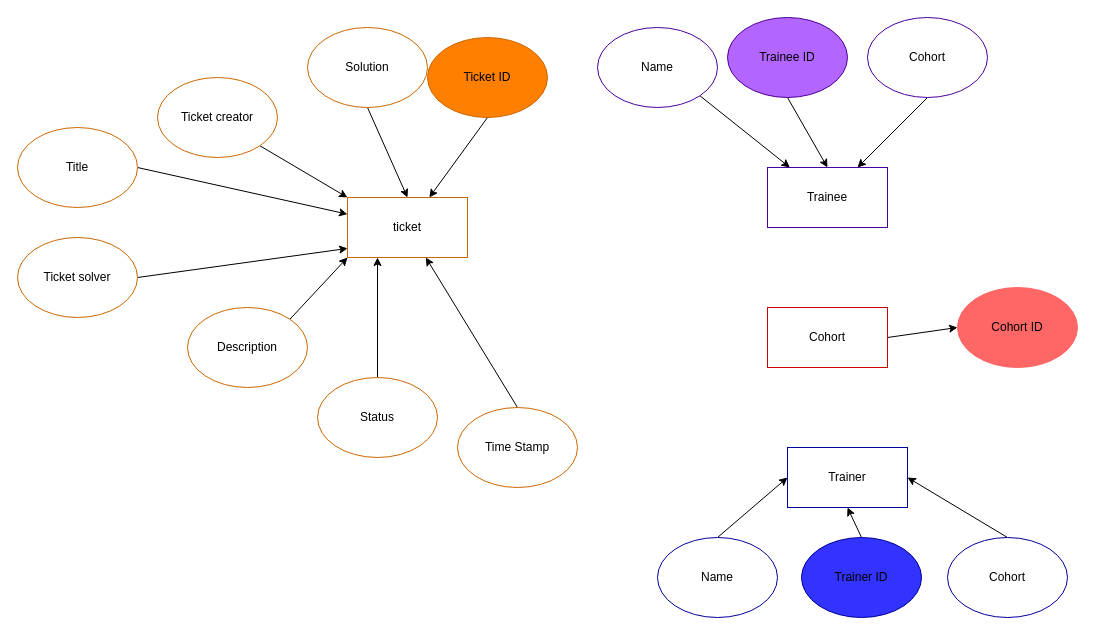
jake4327/Final_Project keeps this draw.io diagram as page "EER" (3 of 4) of Final_project.drawio. Above is the earlier version. Source tidied: cells renumbered, new cells numbered last; positions are measured from the earlier drawing's top-left corner, leaving out a move shared by most shapes. Both pictures are drawn from the tidied source at 100%, with x=0, y=0 at pixel (17, 17).
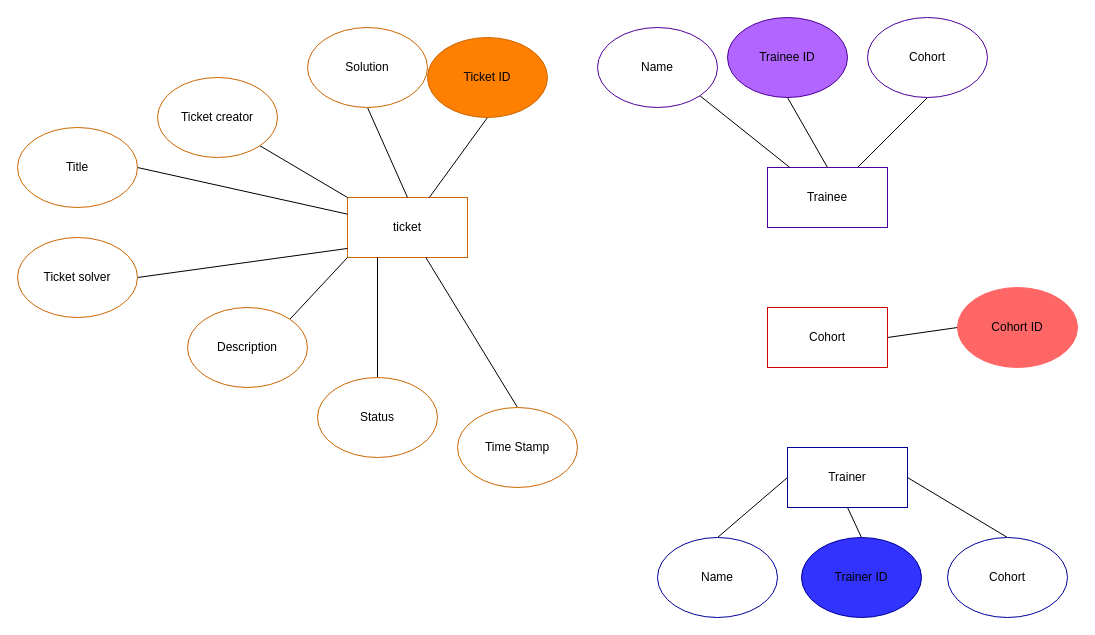
The same diagram, later.

Unchanged cells that the change refers to:
```xml
<mxCell id="2" value="ticket" style="rounded=0;whiteSpace=wrap;html=1;strokeColor=#CC6600;shadow=0;" parent="1" vertex="1">
  <mxGeometry x="330" y="180" width="120" height="60" as="geometry" />
</mxCell>
<mxCell id="3" value="Trainee" style="rounded=0;whiteSpace=wrap;html=1;shadow=0;strokeColor=#4C0099;" parent="1" vertex="1">
  <mxGeometry x="750" y="150" width="120" height="60" as="geometry" />
</mxCell>
<mxCell id="4" value="Trainer" style="rounded=0;whiteSpace=wrap;html=1;shadow=0;strokeColor=#000099;" parent="1" vertex="1">
  <mxGeometry x="770" y="430" width="120" height="60" as="geometry" />
</mxCell>
<mxCell id="6" value="Title" style="ellipse;whiteSpace=wrap;html=1;shadow=0;strokeColor=#CC6600;" parent="1" vertex="1">
  <mxGeometry y="110" width="120" height="80" as="geometry" />
</mxCell>
<mxCell id="8" value="Description" style="ellipse;whiteSpace=wrap;html=1;shadow=0;strokeColor=#CC6600;" parent="1" vertex="1">
  <mxGeometry x="170" y="290" width="120" height="80" as="geometry" />
</mxCell>
<mxCell id="10" value="Time Stamp" style="ellipse;whiteSpace=wrap;html=1;shadow=0;strokeColor=#CC6600;" parent="1" vertex="1">
  <mxGeometry x="440" y="390" width="120" height="80" as="geometry" />
</mxCell>
<mxCell id="12" value="Ticket ID" style="ellipse;whiteSpace=wrap;html=1;shadow=0;strokeColor=#CC6600;fillColor=#FF8000;" parent="1" vertex="1">
  <mxGeometry x="410" y="20" width="120" height="80" as="geometry" />
</mxCell>
<mxCell id="14" value="Status" style="ellipse;whiteSpace=wrap;html=1;shadow=0;strokeColor=#CC6600;fillColor=#FFFFFF;" parent="1" vertex="1">
  <mxGeometry x="300" y="360" width="120" height="80" as="geometry" />
</mxCell>
<mxCell id="16" value="Ticket creator" style="ellipse;whiteSpace=wrap;html=1;shadow=0;strokeColor=#CC6600;fillColor=#FFFFFF;" parent="1" vertex="1">
  <mxGeometry x="140" y="60" width="120" height="80" as="geometry" />
</mxCell>
<mxCell id="18" value="Trainee ID" style="ellipse;whiteSpace=wrap;html=1;shadow=0;strokeColor=#4C0099;fillColor=#B266FF;" parent="1" vertex="1">
  <mxGeometry x="710" width="120" height="80" as="geometry" />
</mxCell>
<mxCell id="20" value="Name" style="ellipse;whiteSpace=wrap;html=1;shadow=0;strokeColor=#4C0099;fillColor=#FFFFFF;" parent="1" vertex="1">
  <mxGeometry x="580" y="10" width="120" height="80" as="geometry" />
</mxCell>
<mxCell id="22" value="Cohort" style="ellipse;whiteSpace=wrap;html=1;shadow=0;strokeColor=#4C0099;fillColor=#FFFFFF;" parent="1" vertex="1">
  <mxGeometry x="850" width="120" height="80" as="geometry" />
</mxCell>
<mxCell id="24" value="Name" style="ellipse;whiteSpace=wrap;html=1;shadow=0;strokeColor=#000099;fillColor=#FFFFFF;" parent="1" vertex="1">
  <mxGeometry x="640" y="520" width="120" height="80" as="geometry" />
</mxCell>
<mxCell id="26" value="Trainer ID " style="ellipse;whiteSpace=wrap;html=1;shadow=0;strokeColor=#000099;fillColor=#3333FF;" parent="1" vertex="1">
  <mxGeometry x="784" y="520" width="120" height="80" as="geometry" />
</mxCell>
<mxCell id="28" value="Cohort" style="ellipse;whiteSpace=wrap;html=1;shadow=0;strokeColor=#000099;fillColor=#FFFFFF;" parent="1" vertex="1">
  <mxGeometry x="930" y="520" width="120" height="80" as="geometry" />
</mxCell>
<mxCell id="30" value="Solution" style="ellipse;whiteSpace=wrap;html=1;shadow=0;strokeColor=#CC6600;fillColor=#FFFFFF;" parent="1" vertex="1">
  <mxGeometry x="290" y="10" width="120" height="80" as="geometry" />
</mxCell>
<mxCell id="32" value="Ticket solver " style="ellipse;whiteSpace=wrap;html=1;shadow=0;strokeColor=#CC6600;fillColor=#FFFFFF;" parent="1" vertex="1">
  <mxGeometry y="220" width="120" height="80" as="geometry" />
</mxCell>
<mxCell id="34" value="Cohort" style="rounded=0;whiteSpace=wrap;html=1;shadow=0;strokeColor=#CC0000;fillColor=#FFFFFF;" parent="1" vertex="1">
  <mxGeometry x="750" y="290" width="120" height="60" as="geometry" />
</mxCell>
<mxCell id="35" value="Cohort ID" style="ellipse;whiteSpace=wrap;html=1;shadow=0;strokeColor=#FF6666;fillColor=#FF6666;" parent="1" vertex="1">
  <mxGeometry x="940" y="270" width="120" height="80" as="geometry" />
</mxCell>
```

Diff of the diagram source:
```diff
@@
-    <mxCell id="5" style="edgeStyle=none;rounded=0;jettySize=auto;html=1;exitX=1;exitY=0.5;exitDx=0;exitDy=0;" parent="1" edge="1" source="6" target="2">
+    <mxCell id="5" style="edgeStyle=none;rounded=0;jettySize=auto;html=1;exitX=1;exitY=0.5;exitDx=0;exitDy=0;endArrow=none;endFill=0;" parent="1" edge="1" source="6" target="2">
       <mxGeometry relative="1" as="geometry" />
     </mxCell>
@@
-    <mxCell id="7" style="edgeStyle=none;rounded=0;jettySize=auto;html=1;exitX=1;exitY=0;exitDx=0;exitDy=0;entryX=0;entryY=1;entryDx=0;entryDy=0;" parent="1" edge="1" source="8" target="2">
+    <mxCell id="7" style="edgeStyle=none;rounded=0;jettySize=auto;html=1;exitX=1;exitY=0;exitDx=0;exitDy=0;entryX=0;entryY=1;entryDx=0;entryDy=0;endArrow=none;endFill=0;" parent="1" edge="1" source="8" target="2">
       <mxGeometry relative="1" as="geometry" />
     </mxCell>
@@
-    <mxCell id="9" style="edgeStyle=none;rounded=0;jettySize=auto;html=1;exitX=0.5;exitY=0;exitDx=0;exitDy=0;" parent="1" edge="1" source="10" target="2">
+    <mxCell id="9" style="edgeStyle=none;rounded=0;jettySize=auto;html=1;exitX=0.5;exitY=0;exitDx=0;exitDy=0;endArrow=none;endFill=0;" parent="1" edge="1" source="10" target="2">
       <mxGeometry relative="1" as="geometry" />
     </mxCell>
@@
-    <mxCell id="11" style="edgeStyle=none;rounded=0;jettySize=auto;html=1;exitX=0.5;exitY=1;exitDx=0;exitDy=0;" parent="1" edge="1" source="12" target="2">
+    <mxCell id="11" style="edgeStyle=none;rounded=0;jettySize=auto;html=1;exitX=0.5;exitY=1;exitDx=0;exitDy=0;endArrow=none;endFill=0;" parent="1" edge="1" source="12" target="2">
       <mxGeometry relative="1" as="geometry" />
     </mxCell>
@@
-    <mxCell id="13" style="edgeStyle=none;rounded=0;jettySize=auto;html=1;exitX=0.5;exitY=0;exitDx=0;exitDy=0;entryX=0.25;entryY=1;entryDx=0;entryDy=0;" parent="1" edge="1" source="14" target="2">
+    <mxCell id="13" style="edgeStyle=none;rounded=0;jettySize=auto;html=1;exitX=0.5;exitY=0;exitDx=0;exitDy=0;entryX=0.25;entryY=1;entryDx=0;entryDy=0;endArrow=none;endFill=0;" parent="1" edge="1" source="14" target="2">
       <mxGeometry relative="1" as="geometry" />
     </mxCell>
@@
-    <mxCell id="15" style="edgeStyle=none;rounded=0;jettySize=auto;html=1;exitX=1;exitY=1;exitDx=0;exitDy=0;entryX=0;entryY=0;entryDx=0;entryDy=0;" parent="1" edge="1" source="16" target="2">
+    <mxCell id="15" style="edgeStyle=none;rounded=0;jettySize=auto;html=1;exitX=1;exitY=1;exitDx=0;exitDy=0;entryX=0;entryY=0;entryDx=0;entryDy=0;endArrow=none;endFill=0;" parent="1" edge="1" source="16" target="2">
       <mxGeometry relative="1" as="geometry" />
     </mxCell>
@@
-    <mxCell id="17" style="edgeStyle=none;rounded=0;jettySize=auto;html=1;exitX=0.5;exitY=1;exitDx=0;exitDy=0;entryX=0.5;entryY=0;entryDx=0;entryDy=0;" parent="1" edge="1" source="18" target="3">
+    <mxCell id="17" style="edgeStyle=none;rounded=0;jettySize=auto;html=1;exitX=0.5;exitY=1;exitDx=0;exitDy=0;entryX=0.5;entryY=0;entryDx=0;entryDy=0;endArrow=none;endFill=0;" parent="1" edge="1" source="18" target="3">
       <mxGeometry relative="1" as="geometry" />
     </mxCell>
@@
-    <mxCell id="19" style="edgeStyle=none;rounded=0;jettySize=auto;html=1;exitX=1;exitY=1;exitDx=0;exitDy=0;" parent="1" edge="1" source="20" target="3">
+    <mxCell id="19" style="edgeStyle=none;rounded=0;jettySize=auto;html=1;exitX=1;exitY=1;exitDx=0;exitDy=0;endArrow=none;endFill=0;" parent="1" edge="1" source="20" target="3">
       <mxGeometry relative="1" as="geometry" />
     </mxCell>
@@
-    <mxCell id="21" style="edgeStyle=none;rounded=0;jettySize=auto;html=1;exitX=0.5;exitY=1;exitDx=0;exitDy=0;entryX=0.75;entryY=0;entryDx=0;entryDy=0;" parent="1" edge="1" source="22" target="3">
+    <mxCell id="21" style="edgeStyle=none;rounded=0;jettySize=auto;html=1;exitX=0.5;exitY=1;exitDx=0;exitDy=0;entryX=0.75;entryY=0;entryDx=0;entryDy=0;endArrow=none;endFill=0;" parent="1" edge="1" source="22" target="3">
       <mxGeometry relative="1" as="geometry" />
     </mxCell>
@@
-    <mxCell id="23" style="edgeStyle=none;rounded=0;jettySize=auto;html=1;exitX=0.5;exitY=0;exitDx=0;exitDy=0;entryX=0;entryY=0.5;entryDx=0;entryDy=0;" parent="1" edge="1" source="24" target="4">
+    <mxCell id="23" style="edgeStyle=none;rounded=0;jettySize=auto;html=1;exitX=0.5;exitY=0;exitDx=0;exitDy=0;entryX=0;entryY=0.5;entryDx=0;entryDy=0;endArrow=none;endFill=0;" parent="1" edge="1" source="24" target="4">
       <mxGeometry relative="1" as="geometry" />
     </mxCell>
@@
-    <mxCell id="25" style="edgeStyle=none;rounded=0;jettySize=auto;html=1;exitX=0.5;exitY=0;exitDx=0;exitDy=0;entryX=0.5;entryY=1;entryDx=0;entryDy=0;" parent="1" edge="1" source="26" target="4">
+    <mxCell id="25" style="edgeStyle=none;rounded=0;jettySize=auto;html=1;exitX=0.5;exitY=0;exitDx=0;exitDy=0;entryX=0.5;entryY=1;entryDx=0;entryDy=0;endArrow=none;endFill=0;" parent="1" edge="1" source="26" target="4">
       <mxGeometry relative="1" as="geometry" />
     </mxCell>
@@
-    <mxCell id="27" style="edgeStyle=none;rounded=0;jettySize=auto;html=1;exitX=0.5;exitY=0;exitDx=0;exitDy=0;entryX=1;entryY=0.5;entryDx=0;entryDy=0;" parent="1" edge="1" source="28" target="4">
+    <mxCell id="27" style="edgeStyle=none;rounded=0;jettySize=auto;html=1;exitX=0.5;exitY=0;exitDx=0;exitDy=0;entryX=1;entryY=0.5;entryDx=0;entryDy=0;endArrow=none;endFill=0;" parent="1" edge="1" source="28" target="4">
       <mxGeometry relative="1" as="geometry" />
     </mxCell>
@@
-    <mxCell id="29" style="edgeStyle=none;rounded=0;jettySize=auto;html=1;exitX=0.5;exitY=1;exitDx=0;exitDy=0;entryX=0.5;entryY=0;entryDx=0;entryDy=0;" parent="1" edge="1" source="30" target="2">
+    <mxCell id="29" style="edgeStyle=none;rounded=0;jettySize=auto;html=1;exitX=0.5;exitY=1;exitDx=0;exitDy=0;entryX=0.5;entryY=0;entryDx=0;entryDy=0;endArrow=none;endFill=0;" parent="1" edge="1" source="30" target="2">
       <mxGeometry relative="1" as="geometry" />
     </mxCell>
@@
-    <mxCell id="31" style="edgeStyle=none;rounded=0;jettySize=auto;html=1;exitX=1;exitY=0.5;exitDx=0;exitDy=0;entryX=0.001;entryY=0.849;entryDx=0;entryDy=0;entryPerimeter=0;" parent="1" edge="1" source="32" target="2">
+    <mxCell id="31" style="edgeStyle=none;rounded=0;jettySize=auto;html=1;exitX=1;exitY=0.5;exitDx=0;exitDy=0;entryX=0.001;entryY=0.849;entryDx=0;entryDy=0;entryPerimeter=0;endArrow=none;endFill=0;" parent="1" edge="1" source="32" target="2">
       <mxGeometry relative="1" as="geometry" />
     </mxCell>
@@
-    <mxCell id="33" style="edgeStyle=none;rounded=0;jettySize=auto;html=1;exitX=1;exitY=0.5;exitDx=0;exitDy=0;entryX=0;entryY=0.5;entryDx=0;entryDy=0;" parent="1" edge="1" source="34" target="35">
+    <mxCell id="33" style="edgeStyle=none;rounded=0;jettySize=auto;html=1;exitX=1;exitY=0.5;exitDx=0;exitDy=0;entryX=0;entryY=0.5;entryDx=0;entryDy=0;endArrow=none;endFill=0;" parent="1" edge="1" source="34" target="35">
       <mxGeometry relative="1" as="geometry" />
     </mxCell>
```
